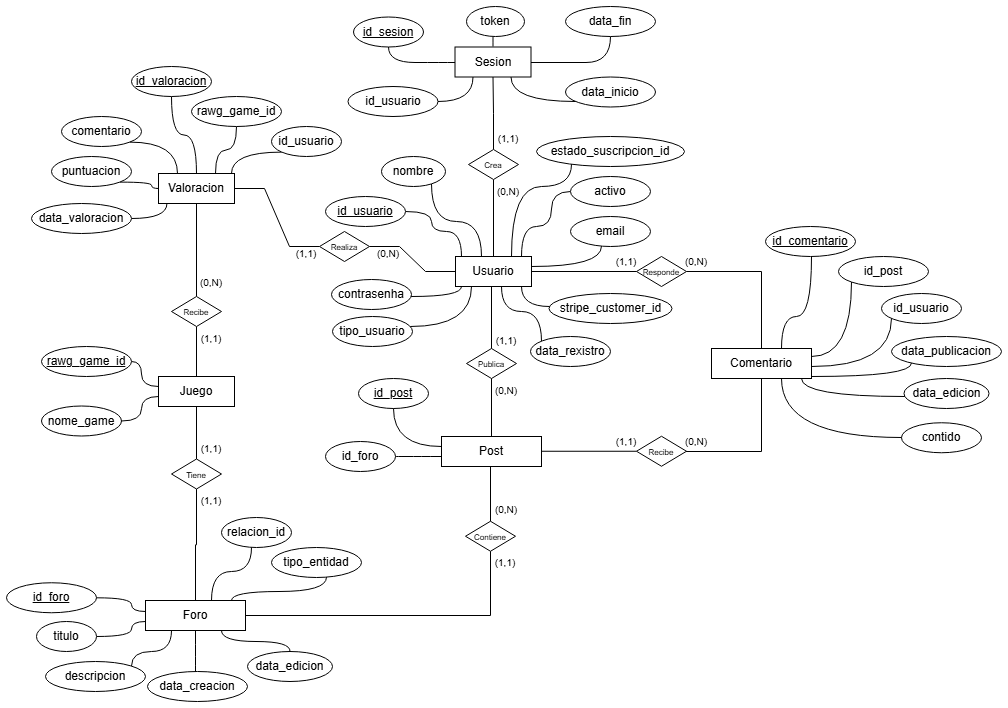
Earlier version of the draw.io export doc/img/ER_proxecto_videoxogos.png (RubenOG-dev/Proyecto-DAW-25-26-Ruben-Otero-Gonzalez). Source tidied: cells renumbered, new cells last; positions are measured from the earlier drawing's top-left corner, leaving out a move shared by most shapes.
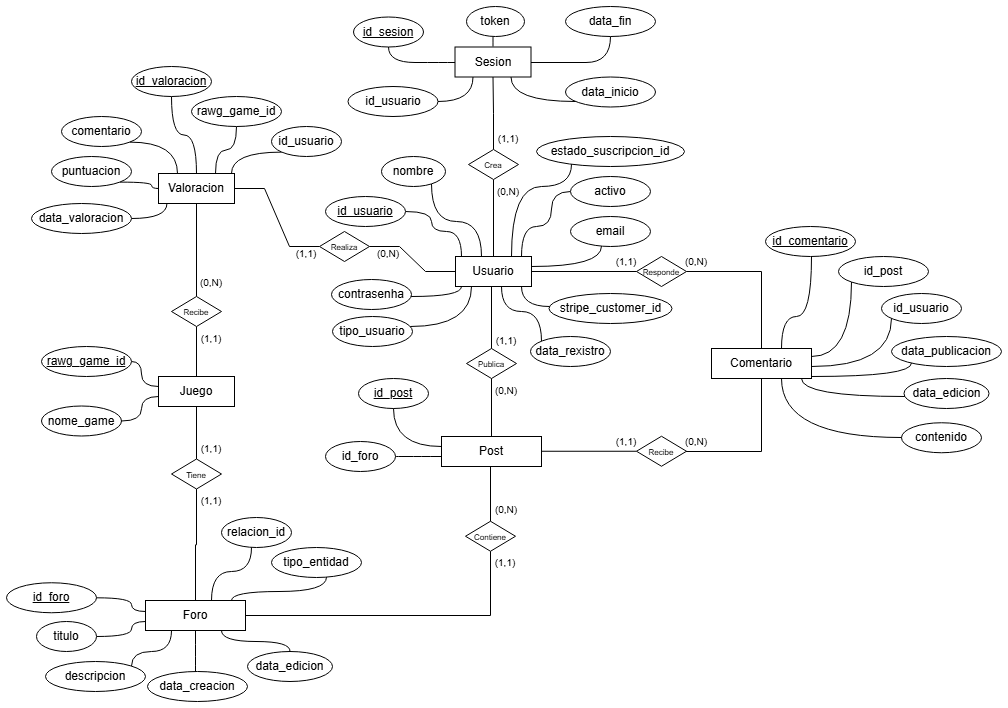
The same file after the commit.

What changed in the source:
```diff
@@ -508,7 +508,7 @@
         </Array>
       </mxGeometry>
     </mxCell>
-    <mxCell id="116" value="contido" style="ellipse;whiteSpace=wrap;html=1;align=center;" parent="1" vertex="1">
+    <mxCell id="116" value="contenido" style="ellipse;whiteSpace=wrap;html=1;align=center;" parent="1" vertex="1">
       <mxGeometry x="895" y="416.2" width="80" height="30" as="geometry" />
     </mxCell>
     <mxCell id="117" style="edgeStyle=orthogonalEdgeStyle;rounded=0;jettySize=auto;html=1;endArrow=none;curved=1;" parent="1" edge="1" source="99" target="116">
```
